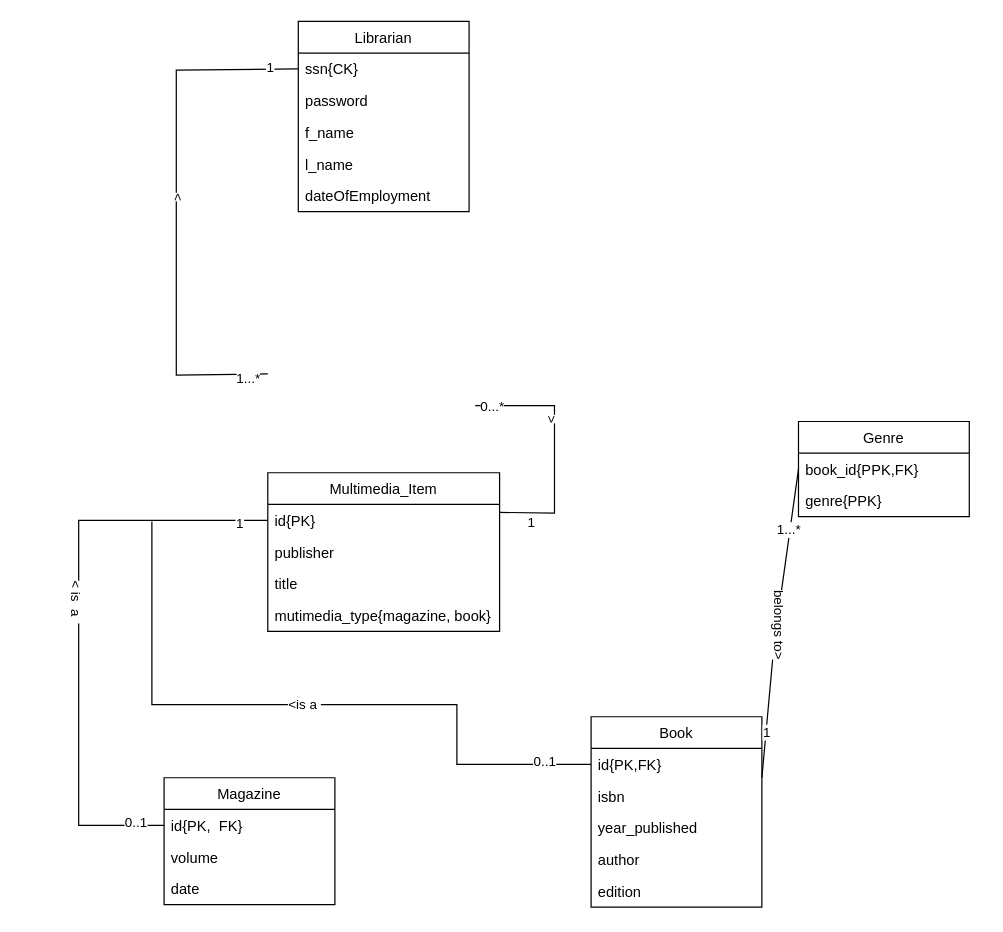
RafaelSanchezCordoba/Semester-Project-Library keeps this draw.io diagram as Database/remove_multimedia_items(GRD)).drawio. Above is the earlier version. Source tidied: cells renumbered, new cells numbered last; positions are measured from the earlier drawing's top-left corner, leaving out a move shared by most shapes. Both pictures are drawn from the tidied source at 122%, with x=0, y=0 at pixel (78, 21).
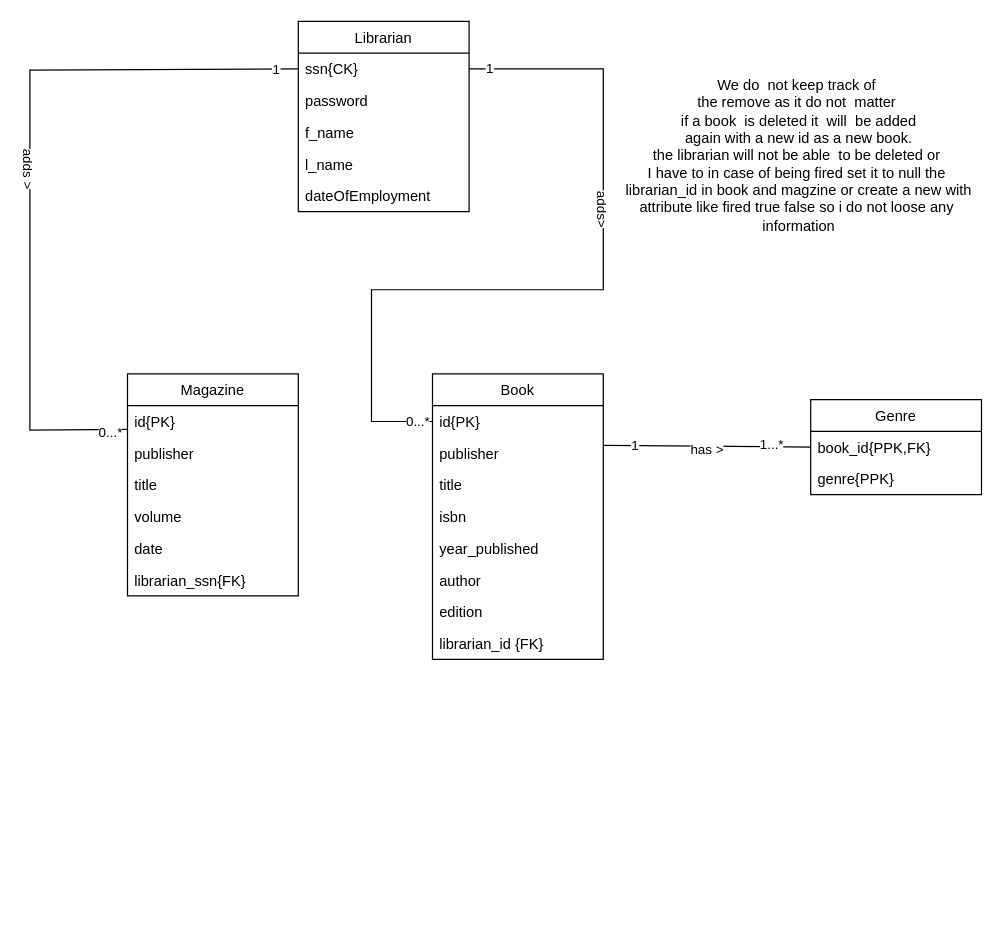
The same diagram, later.

Commit message (it also covers changes not shown here):
Librarian ads  items update

The change refers to these unchanged cells:
```xml
<mxCell id="3" value="ssn{CK}" style="text;strokeColor=none;fillColor=none;align=left;verticalAlign=top;spacingLeft=4;spacingRight=4;overflow=hidden;points=[[0,0.5],[1,0.5]];portConstraint=eastwest;" parent="2" vertex="1">
  <mxGeometry y="26" width="140" height="26" as="geometry" />
</mxCell>
<mxCell id="39" value="book_id{PPK,FK}" style="text;strokeColor=none;fillColor=none;align=left;verticalAlign=top;spacingLeft=4;spacingRight=4;overflow=hidden;points=[[0,0.5],[1,0.5]];portConstraint=eastwest;" parent="38" vertex="1">
  <mxGeometry y="26" width="140" height="26" as="geometry" />
</mxCell>
```

Diff of the diagram source:
```diff
@@
-    <mxCell id="8" value="Multimedia_Item" style="swimlane;fontStyle=0;horizontal=1;startSize=26;fillColor=none;" parent="1" vertex="1">
-      <mxGeometry x="155" y="370" width="190" height="130" as="geometry" />
-    </mxCell>
-    <mxCell id="9" value="id{PK}" style="text;strokeColor=none;fillColor=none;align=left;verticalAlign=top;spacingLeft=4;spacingRight=4;overflow=hidden;points=[[0,0.5],[1,0.5]];portConstraint=eastwest;" parent="8" vertex="1">
-      <mxGeometry y="26" width="190" height="26" as="geometry" />
-    </mxCell>
-    <mxCell id="10" value="publisher" style="text;strokeColor=none;fillColor=none;align=left;verticalAlign=top;spacingLeft=4;spacingRight=4;overflow=hidden;" parent="8" vertex="1">
-      <mxGeometry y="52" width="190" height="26" as="geometry" />
-    </mxCell>
-    <mxCell id="11" value="title" style="text;strokeColor=none;fillColor=none;align=left;verticalAlign=top;spacingLeft=4;spacingRight=4;overflow=hidden;" parent="8" vertex="1">
-      <mxGeometry y="78" width="190" height="26" as="geometry" />
-    </mxCell>
-    <mxCell id="12" value="mutimedia_type{magazine, book}" style="text;strokeColor=none;fillColor=none;align=left;verticalAlign=top;spacingLeft=4;spacingRight=4;overflow=hidden;" parent="8" vertex="1">
-      <mxGeometry y="104" width="190" height="26" as="geometry" />
-    </mxCell>
     <mxCell id="13" value="Magazine" style="swimlane;fontStyle=0;horizontal=1;startSize=26;fillColor=none;" parent="1" vertex="1">
-      <mxGeometry x="70" y="620" width="140" height="104" as="geometry" />
+      <mxGeometry x="40" y="289" width="140" height="182" as="geometry" />
     </mxCell>
-    <mxCell id="14" value="id{PK,  FK}" style="text;strokeColor=none;fillColor=none;align=left;verticalAlign=top;spacingLeft=4;spacingRight=4;overflow=hidden;points=[[0,0.5],[1,0.5]];portConstraint=eastwest;" parent="13" vertex="1">
+    <mxCell id="14" value="id{PK}" style="text;strokeColor=none;fillColor=none;align=left;verticalAlign=top;spacingLeft=4;spacingRight=4;overflow=hidden;points=[[0,0.5],[1,0.5]];portConstraint=eastwest;" parent="13" vertex="1">
       <mxGeometry y="26" width="140" height="26" as="geometry" />
     </mxCell>
+    <mxCell id="45" value="publisher" style="text;strokeColor=none;fillColor=none;align=left;verticalAlign=top;spacingLeft=4;spacingRight=4;overflow=hidden;" parent="13" vertex="1">
+      <mxGeometry y="52" width="140" height="26" as="geometry" />
+    </mxCell>
+    <mxCell id="46" value="title" style="text;strokeColor=none;fillColor=none;align=left;verticalAlign=top;spacingLeft=4;spacingRight=4;overflow=hidden;" parent="13" vertex="1">
+      <mxGeometry y="78" width="140" height="26" as="geometry" />
+    </mxCell>
     <mxCell id="15" value="volume" style="text;strokeColor=none;fillColor=none;align=left;verticalAlign=top;spacingLeft=4;spacingRight=4;overflow=hidden;" parent="13" vertex="1">
-      <mxGeometry y="52" width="140" height="26" as="geometry" />
+      <mxGeometry y="104" width="140" height="26" as="geometry" />
     </mxCell>
     <mxCell id="16" value="date" style="text;strokeColor=none;fillColor=none;align=left;verticalAlign=top;spacingLeft=4;spacingRight=4;overflow=hidden;" parent="13" vertex="1">
-      <mxGeometry y="78" width="140" height="26" as="geometry" />
+      <mxGeometry y="130" width="140" height="26" as="geometry" />
     </mxCell>
+    <mxCell id="47" value="librarian_ssn{FK}" style="text;strokeColor=none;fillColor=none;align=left;verticalAlign=top;spacingLeft=4;spacingRight=4;overflow=hidden;" parent="13" vertex="1">
+      <mxGeometry y="156" width="140" height="26" as="geometry" />
+    </mxCell>
     <mxCell id="17" value="Book" style="swimlane;fontStyle=0;horizontal=1;startSize=26;fillColor=none;" parent="1" vertex="1">
-      <mxGeometry x="420" y="570" width="140" height="156" as="geometry" />
+      <mxGeometry x="290" y="289" width="140" height="234" as="geometry" />
     </mxCell>
-    <mxCell id="18" value="id{PK,FK}" style="text;strokeColor=none;fillColor=none;align=left;verticalAlign=top;spacingLeft=4;spacingRight=4;overflow=hidden;points=[[0,0.5],[1,0.5]];portConstraint=eastwest;" parent="17" vertex="1">
+    <mxCell id="18" value="id{PK}" style="text;strokeColor=none;fillColor=none;align=left;verticalAlign=top;spacingLeft=4;spacingRight=4;overflow=hidden;points=[[0,0.5],[1,0.5]];portConstraint=eastwest;" parent="17" vertex="1">
       <mxGeometry y="26" width="140" height="26" as="geometry" />
     </mxCell>
+    <mxCell id="48" value="publisher" style="text;strokeColor=none;fillColor=none;align=left;verticalAlign=top;spacingLeft=4;spacingRight=4;overflow=hidden;" parent="17" vertex="1">
+      <mxGeometry y="52" width="140" height="26" as="geometry" />
+    </mxCell>
+    <mxCell id="49" value="title" style="text;strokeColor=none;fillColor=none;align=left;verticalAlign=top;spacingLeft=4;spacingRight=4;overflow=hidden;" parent="17" vertex="1">
+      <mxGeometry y="78" width="140" height="26" as="geometry" />
+    </mxCell>
     <mxCell id="19" value="isbn" style="text;strokeColor=none;fillColor=none;align=left;verticalAlign=top;spacingLeft=4;spacingRight=4;overflow=hidden;" parent="17" vertex="1">
-      <mxGeometry y="52" width="140" height="26" as="geometry" />
+      <mxGeometry y="104" width="140" height="26" as="geometry" />
     </mxCell>
     <mxCell id="20" value="year_published" style="text;strokeColor=none;fillColor=none;align=left;verticalAlign=top;spacingLeft=4;spacingRight=4;overflow=hidden;" parent="17" vertex="1">
-      <mxGeometry y="78" width="140" height="26" as="geometry" />
+      <mxGeometry y="130" width="140" height="26" as="geometry" />
     </mxCell>
     <mxCell id="21" value="author" style="text;strokeColor=none;fillColor=none;align=left;verticalAlign=top;spacingLeft=4;spacingRight=4;overflow=hidden;" parent="17" vertex="1">
-      <mxGeometry y="104" width="140" height="26" as="geometry" />
+      <mxGeometry y="156" width="140" height="26" as="geometry" />
     </mxCell>
     <mxCell id="22" value="edition" style="text;strokeColor=none;fillColor=none;align=left;verticalAlign=top;spacingLeft=4;spacingRight=4;overflow=hidden;" parent="17" vertex="1">
-      <mxGeometry y="130" width="140" height="26" as="geometry" />
+      <mxGeometry y="182" width="140" height="26" as="geometry" />
     </mxCell>
-    <mxCell id="23" style="endArrow=none;html=1;rounded=0;entryX=0;entryY=0.5;entryDx=0;entryDy=0;exitX=0;exitY=0.5;exitDx=0;exitDy=0;" parent="1" edge="1" target="3">
-      <mxGeometry relative="1" as="geometry">
-        <mxPoint x="155" y="289" as="sourcePoint" />
-        <Array as="points">
-          <mxPoint x="80" y="290" />
-          <mxPoint x="80" y="170" />
-          <mxPoint x="80" y="40" />
-        </Array>
-      </mxGeometry>
-    </mxCell>
-    <mxCell id="24" value="1" style="edgeLabel;html=1;align=center;verticalAlign=middle;" parent="23" vertex="1">
-      <mxGeometry x="0.89" y="2" relative="1" as="geometry" />
-    </mxCell>
-    <mxCell id="25" value="1...*" style="edgeLabel;html=1;align=center;verticalAlign=middle;" parent="23" vertex="1">
-      <mxGeometry x="-0.92" y="3" relative="1" as="geometry" />
-    </mxCell>
-    <mxCell id="26" value="&amp;gt;" style="edgeLabel;html=1;align=center;verticalAlign=middle;rotation=270;" parent="23" vertex="1">
-      <mxGeometry x="0.03" relative="1" as="geometry" />
-    </mxCell>
-    <mxCell id="27" style="endArrow=none;html=1;rounded=0;entryX=1;entryY=0.25;entryDx=0;entryDy=0;exitX=1;exitY=0.5;exitDx=0;exitDy=0;" parent="1" edge="1" target="8">
-      <mxGeometry relative="1" as="geometry">
-        <mxPoint x="325" y="315" as="sourcePoint" />
-        <Array as="points">
-          <mxPoint x="390" y="315" />
-          <mxPoint x="390" y="403" />
-        </Array>
-      </mxGeometry>
-    </mxCell>
-    <mxCell id="28" value="0...*" style="edgeLabel;html=1;align=center;verticalAlign=middle;" parent="27" vertex="1">
-      <mxGeometry x="-0.87" relative="1" as="geometry" />
-    </mxCell>
-    <mxCell id="29" value="1" style="edgeLabel;html=1;align=center;verticalAlign=middle;" parent="27" vertex="1">
-      <mxGeometry x="0.38" y="-1" relative="1" as="geometry">
-        <mxPoint x="-19" y="23" as="offset" />
-      </mxGeometry>
-    </mxCell>
-    <mxCell id="30" value="&amp;gt;" style="edgeLabel;html=1;align=center;verticalAlign=middle;rotation=90;" parent="27" vertex="1">
-      <mxGeometry x="-0.24" y="-1" relative="1" as="geometry" />
-    </mxCell>
-    <mxCell id="31" style="endArrow=none;html=1;rounded=0;exitX=0;exitY=0.5;exitDx=0;exitDy=0;" parent="1" edge="1" source="18">
-      <mxGeometry relative="1" as="geometry">
-        <mxPoint x="60" y="410" as="targetPoint" />
-        <Array as="points">
-          <mxPoint x="310" y="609" />
-          <mxPoint x="310" y="560" />
-          <mxPoint x="60" y="560" />
-        </Array>
-      </mxGeometry>
-    </mxCell>
-    <mxCell id="32" value="&amp;lt;is a&amp;nbsp;" style="edgeLabel;html=1;align=center;verticalAlign=middle;" parent="31" vertex="1">
-      <mxGeometry x="0.02" y="-1" relative="1" as="geometry" />
-    </mxCell>
-    <mxCell id="33" value="0..1" style="edgeLabel;html=1;align=center;verticalAlign=middle;" parent="31" vertex="1">
-      <mxGeometry x="-0.86" y="-3" relative="1" as="geometry" />
-    </mxCell>
-    <mxCell id="34" style="endArrow=none;html=1;rounded=0;entryX=0;entryY=0.5;entryDx=0;entryDy=0;exitX=0;exitY=0.5;exitDx=0;exitDy=0;" parent="1" edge="1" source="14" target="9">
-      <mxGeometry relative="1" as="geometry">
-        <Array as="points">
-          <mxPoint y="659" />
-          <mxPoint y="409" />
-        </Array>
-      </mxGeometry>
-    </mxCell>
-    <mxCell id="35" value="0..1" style="edgeLabel;html=1;align=center;verticalAlign=middle;" parent="34" vertex="1">
-      <mxGeometry x="-0.9" y="-3" relative="1" as="geometry" />
-    </mxCell>
-    <mxCell id="36" value="1" style="edgeLabel;html=1;align=center;verticalAlign=middle;" parent="34" vertex="1">
-      <mxGeometry x="0.9" y="-2" relative="1" as="geometry" />
-    </mxCell>
-    <mxCell id="37" value="&amp;lt; is&amp;nbsp; a&amp;nbsp;&amp;nbsp;" style="edgeLabel;html=1;align=center;verticalAlign=middle;rotation=90;" parent="34" vertex="1">
-      <mxGeometry x="0.07" y="1" relative="1" as="geometry" />
-    </mxCell>
+    <mxCell id="50" value="librarian_id {FK}" style="text;strokeColor=none;fillColor=none;align=left;verticalAlign=top;spacingLeft=4;spacingRight=4;overflow=hidden;" parent="17" vertex="1">
+      <mxGeometry y="208" width="140" height="26" as="geometry" />
+    </mxCell>
     <mxCell id="38" value="Genre" style="swimlane;fontStyle=0;horizontal=1;startSize=26;fillColor=none;" parent="1" vertex="1">
-      <mxGeometry x="590" y="328" width="140" height="78" as="geometry" />
+      <mxGeometry x="600" y="310" width="140" height="78" as="geometry" />
     </mxCell>
@@
-    <mxCell id="41" style="endArrow=none;html=1;rounded=0;entryX=0;entryY=0.5;entryDx=0;entryDy=0;" parent="1" edge="1" target="39">
-      <mxGeometry relative="1" as="geometry">
-        <mxPoint x="560" y="620" as="sourcePoint" />
-        <Array as="points">
-          <mxPoint x="570" y="510" />
-        </Array>
-      </mxGeometry>
+    <mxCell id="41" style="endArrow=none;html=1;rounded=0;entryX=0;entryY=0.5;entryDx=0;entryDy=0;exitX=1;exitY=0.25;exitDx=0;exitDy=0;" parent="1" edge="1" source="17" target="39">
+      <mxGeometry relative="1" as="geometry" />
     </mxCell>
-    <mxCell id="42" value="belongs to&amp;gt;" style="edgeLabel;html=1;align=center;verticalAlign=middle;rotation=90;" parent="41" vertex="1">
+    <mxCell id="42" value="has &amp;gt;" style="edgeLabel;html=1;align=center;verticalAlign=middle;rotation=0;" parent="41" vertex="1">
       <mxGeometry y="-2" relative="1" as="geometry" />
     </mxCell>
@@
+    <mxCell id="51" style="endArrow=none;html=1;rounded=0;entryX=0;entryY=0.5;entryDx=0;entryDy=0;exitX=0;exitY=0.25;exitDx=0;exitDy=0;" parent="1" edge="1" source="13" target="3">
+      <mxGeometry relative="1" as="geometry">
+        <Array as="points">
+          <mxPoint x="-40" y="335" />
+          <mxPoint x="-40" y="40" />
+        </Array>
+      </mxGeometry>
+    </mxCell>
+    <mxCell id="52" value="adds &amp;gt;" style="edgeLabel;html=1;align=center;verticalAlign=middle;rotation=90;" parent="51" vertex="1">
+      <mxGeometry x="-0.01" relative="1" as="geometry" />
+    </mxCell>
+    <mxCell id="53" value="1" style="edgeLabel;html=1;align=center;verticalAlign=middle;" parent="51" vertex="1">
+      <mxGeometry x="0.94" relative="1" as="geometry" />
+    </mxCell>
+    <mxCell id="54" value="0...*" style="edgeLabel;html=1;align=center;verticalAlign=middle;" parent="51" vertex="1">
+      <mxGeometry x="-0.95" y="2" relative="1" as="geometry" />
+    </mxCell>
+    <mxCell id="55" style="endArrow=none;html=1;rounded=0;entryX=1;entryY=0.5;entryDx=0;entryDy=0;exitX=0;exitY=0.5;exitDx=0;exitDy=0;" parent="1" edge="1" source="18" target="3">
+      <mxGeometry relative="1" as="geometry">
+        <Array as="points">
+          <mxPoint x="240" y="328" />
+          <mxPoint x="240" y="220" />
+          <mxPoint x="430" y="220" />
+          <mxPoint x="430" y="39" />
+        </Array>
+      </mxGeometry>
+    </mxCell>
+    <mxCell id="56" value="adds&amp;gt;" style="edgeLabel;html=1;align=center;verticalAlign=middle;rotation=90;" parent="55" vertex="1">
+      <mxGeometry x="0.3" relative="1" as="geometry" />
+    </mxCell>
+    <mxCell id="57" value="1" style="edgeLabel;html=1;align=center;verticalAlign=middle;" parent="55" vertex="1">
+      <mxGeometry x="0.95" y="-1" relative="1" as="geometry" />
+    </mxCell>
+    <mxCell id="58" value="0...*" style="edgeLabel;html=1;align=center;verticalAlign=middle;" parent="55" vertex="1">
+      <mxGeometry x="-0.96" y="-1" relative="1" as="geometry" />
+    </mxCell>
+    <mxCell id="59" value="We do&amp;nbsp; not keep track of&amp;nbsp;&lt;br&gt;the remove as it do not&amp;nbsp; matter&amp;nbsp;&lt;br&gt;if a book&amp;nbsp; is deleted it&amp;nbsp; will&amp;nbsp; be added&lt;br&gt;again with a new id as a new book.&lt;br&gt;the librarian will not be able&amp;nbsp; to be deleted or&amp;nbsp;&lt;br&gt;I have to in case of being fired set it to null the&amp;nbsp;&lt;br&gt;librarian_id in book and magzine or create a new with&lt;br&gt;attribute like fired true false so i do not loose any&amp;nbsp;&lt;br&gt;information" style="text;html=1;align=center;verticalAlign=middle;strokeColor=none;fillColor=none;" parent="1" vertex="1">
+      <mxGeometry x="440" y="45" width="300" height="130" as="geometry" />
+    </mxCell>
```
